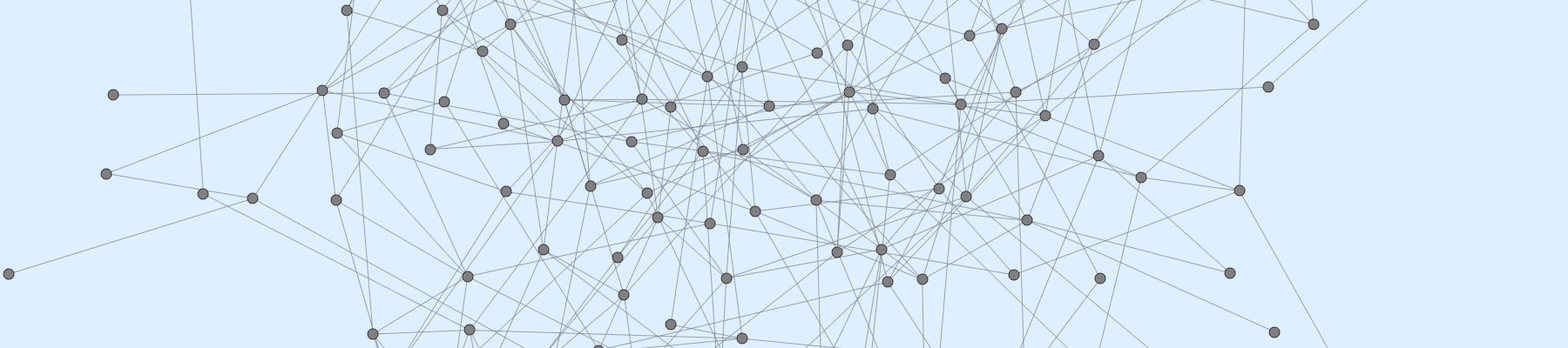
The Graphviz diagram website/Content/Graph/graph.png in TexAgg/website, before a commit. Its source is kept beside it as website/Content/Graph/graph.gv.
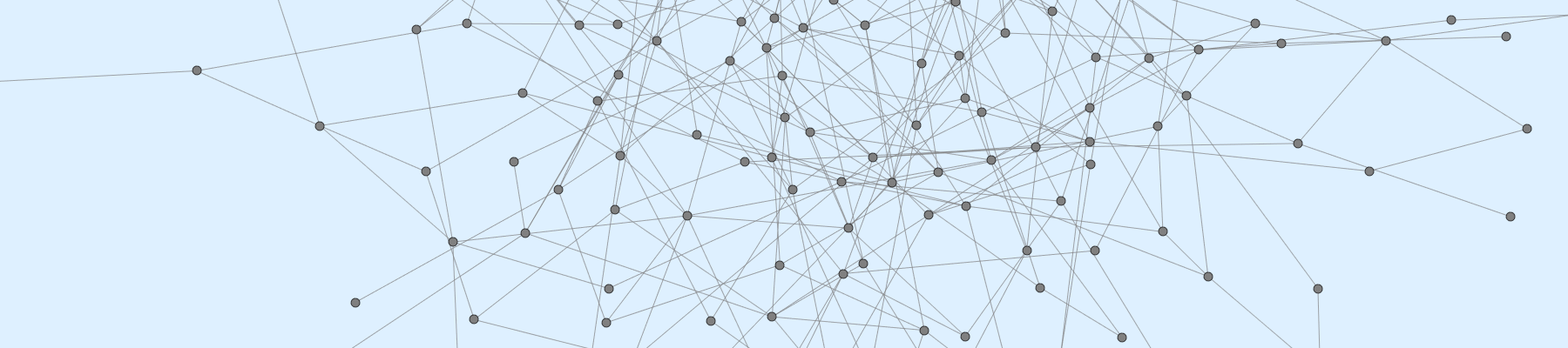
After the change.

The edit, as a diff of the source:
```diff
@@ -201,404 +201,404 @@
 	198 [label=""];
 	199 [label=""];
 	200 [label=""];
-	1 -- 48;
-	1 -- 59;
-	1 -- 77;
-	1 -- 92;
-	1 -- 95;
-	1 -- 107;
-	2 -- 69;
-	2 -- 77;
-	2 -- 108;
-	2 -- 168;
-	3 -- 43;
-	3 -- 49;
-	3 -- 84;
-	3 -- 114;
-	4 -- 147;
-	4 -- 153;
-	4 -- 187;
-	5 -- 48;
-	5 -- 191;
-	6 -- 107;
-	6 -- 167;
-	6 -- 170;
-	6 -- 189;
-	7 -- 25;
-	7 -- 48;
-	7 -- 93;
-	7 -- 128;
-	7 -- 181;
-	8 -- 53;
-	8 -- 72;
-	8 -- 80;
-	8 -- 127;
-	8 -- 158;
-	8 -- 178;
-	8 -- 188;
-	9 -- 62;
-	9 -- 193;
-	10 -- 62;
-	10 -- 86;
-	10 -- 90;
-	10 -- 98;
-	10 -- 119;
-	10 -- 190;
-	11 -- 32;
-	11 -- 42;
-	11 -- 56;
-	11 -- 74;
-	11 -- 80;
-	11 -- 140;
-	11 -- 145;
-	11 -- 150;
-	12 -- 82;
-	12 -- 189;
-	13 -- 46;
-	13 -- 80;
-	13 -- 93;
-	13 -- 117;
-	13 -- 122;
-	13 -- 151;
-	13 -- 165;
-	14 -- 40;
-	14 -- 105;
-	14 -- 167;
-	15 -- 46;
-	15 -- 51;
-	15 -- 120;
-	15 -- 151;
-	15 -- 174;
-	16 -- 61;
-	16 -- 68;
-	16 -- 91;
-	16 -- 147;
-	16 -- 161;
-	16 -- 170;
-	17 -- 19;
-	17 -- 23;
-	17 -- 51;
-	17 -- 109;
-	17 -- 131;
-	17 -- 171;
-	18 -- 74;
-	19 -- 72;
-	19 -- 168;
-	20 -- 100;
-	21 -- 37;
-	21 -- 77;
-	22 -- 29;
-	22 -- 161;
-	22 -- 195;
-	22 -- 197;
-	23 -- 152;
-	23 -- 160;
-	23 -- 181;
-	24 -- 29;
-	24 -- 53;
+	1 -- 28;
+	1 -- 30;
+	1 -- 39;
+	1 -- 75;
+	1 -- 89;
+	1 -- 94;
+	1 -- 151;
+	1 -- 158;
+	1 -- 161;
+	1 -- 165;
+	2 -- 73;
+	2 -- 122;
+	3 -- 71;
+	3 -- 178;
+	4 -- 54;
+	4 -- 107;
+	4 -- 110;
+	5 -- 68;
+	5 -- 84;
+	5 -- 104;
+	5 -- 184;
+	6 -- 47;
+	6 -- 54;
+	6 -- 172;
+	6 -- 194;
+	6 -- 196;
+	7 -- 8;
+	7 -- 78;
+	7 -- 113;
+	7 -- 116;
+	7 -- 195;
+	8 -- 62;
+	8 -- 81;
+	8 -- 110;
+	9 -- 22;
+	9 -- 24;
+	9 -- 36;
+	9 -- 92;
+	9 -- 123;
+	9 -- 141;
+	9 -- 146;
+	10 -- 77;
+	10 -- 97;
+	10 -- 113;
+	10 -- 122;
+	10 -- 149;
+	10 -- 160;
+	10 -- 164;
+	10 -- 175;
+	10 -- 177;
+	11 -- 31;
+	12 -- 23;
+	12 -- 65;
+	12 -- 133;
+	12 -- 134;
+	13 -- 28;
+	13 -- 29;
+	13 -- 65;
+	13 -- 67;
+	13 -- 83;
+	13 -- 110;
+	13 -- 115;
+	13 -- 158;
+	13 -- 183;
+	14 -- 86;
+	14 -- 171;
+	15 -- 28;
+	15 -- 63;
+	15 -- 123;
+	15 -- 133;
+	15 -- 186;
+	16 -- 167;
+	16 -- 175;
+	17 -- 35;
+	17 -- 52;
+	17 -- 123;
+	17 -- 146;
+	17 -- 155;
+	17 -- 172;
+	18 -- 100;
+	18 -- 154;
+	19 -- 26;
+	19 -- 53;
+	20 -- 72;
+	20 -- 118;
+	20 -- 122;
+	20 -- 146;
+	20 -- 184;
+	20 -- 197;
+	21 -- 26;
+	21 -- 104;
+	21 -- 135;
+	21 -- 138;
+	21 -- 141;
+	21 -- 185;
+	22 -- 42;
+	22 -- 101;
+	22 -- 140;
+	23 -- 40;
+	23 -- 53;
+	23 -- 60;
+	23 -- 66;
 	24 -- 64;
-	24 -- 128;
-	24 -- 177;
-	24 -- 185;
-	25 -- 35;
-	25 -- 92;
+	24 -- 136;
+	24 -- 146;
+	24 -- 174;
 	25 -- 94;
-	26 -- 60;
-	26 -- 87;
-	26 -- 144;
-	26 -- 153;
-	26 -- 179;
-	27 -- 36;
-	27 -- 181;
-	28 -- 74;
-	28 -- 183;
-	29 -- 65;
-	29 -- 78;
-	29 -- 121;
-	29 -- 193;
-	30 -- 91;
-	30 -- 176;
-	30 -- 188;
-	31 -- 42;
-	31 -- 51;
-	31 -- 124;
-	32 -- 76;
-	32 -- 84;
-	32 -- 197;
-	33 -- 57;
-	33 -- 65;
-	33 -- 116;
+	25 -- 160;
+	25 -- 182;
+	26 -- 68;
+	26 -- 88;
+	26 -- 120;
+	26 -- 149;
+	26 -- 157;
+	27 -- 38;
+	27 -- 185;
+	27 -- 200;
+	28 -- 45;
+	28 -- 60;
+	28 -- 133;
+	28 -- 168;
+	28 -- 186;
+	28 -- 196;
+	29 -- 35;
+	29 -- 58;
+	29 -- 112;
+	29 -- 122;
+	29 -- 124;
+	29 -- 178;
+	30 -- 39;
+	30 -- 58;
+	30 -- 77;
+	30 -- 109;
+	30 -- 138;
+	30 -- 146;
+	30 -- 158;
+	30 -- 173;
+	31 -- 151;
+	32 -- 116;
+	32 -- 134;
+	32 -- 151;
+	33 -- 53;
 	33 -- 119;
-	33 -- 171;
-	33 -- 179;
-	34 -- 45;
-	34 -- 72;
-	34 -- 103;
-	34 -- 146;
-	34 -- 161;
-	34 -- 169;
-	35 -- 54;
-	35 -- 121;
-	35 -- 157;
-	36 -- 42;
-	36 -- 72;
-	36 -- 105;
-	36 -- 112;
-	36 -- 173;
-	37 -- 45;
-	37 -- 46;
-	37 -- 64;
-	37 -- 76;
-	37 -- 187;
-	38 -- 105;
-	38 -- 142;
-	38 -- 155;
-	38 -- 180;
-	38 -- 192;
-	39 -- 79;
-	39 -- 134;
-	40 -- 100;
-	40 -- 127;
-	40 -- 180;
-	40 -- 195;
-	42 -- 74;
-	42 -- 103;
-	42 -- 117;
-	43 -- 116;
-	43 -- 150;
-	43 -- 153;
-	44 -- 197;
-	45 -- 108;
-	45 -- 154;
-	45 -- 166;
-	45 -- 181;
-	46 -- 83;
-	46 -- 119;
-	46 -- 143;
-	46 -- 147;
-	47 -- 74;
-	47 -- 170;
-	47 -- 180;
-	49 -- 58;
-	49 -- 118;
-	49 -- 175;
-	49 -- 182;
-	49 -- 189;
-	49 -- 194;
-	50 -- 73;
-	51 -- 84;
-	51 -- 125;
-	51 -- 133;
-	51 -- 147;
-	52 -- 123;
-	52 -- 133;
-	53 -- 103;
-	53 -- 145;
-	53 -- 190;
-	54 -- 86;
-	54 -- 134;
-	54 -- 169;
-	55 -- 159;
-	57 -- 171;
-	58 -- 65;
-	58 -- 109;
-	58 -- 168;
-	58 -- 169;
-	58 -- 193;
-	59 -- 120;
-	59 -- 173;
-	60 -- 82;
+	33 -- 154;
+	33 -- 197;
+	34 -- 129;
+	35 -- 73;
+	35 -- 83;
+	35 -- 86;
+	35 -- 119;
+	35 -- 136;
+	35 -- 165;
+	36 -- 76;
+	36 -- 199;
+	37 -- 47;
+	37 -- 73;
+	37 -- 114;
+	37 -- 141;
+	38 -- 174;
+	39 -- 53;
+	39 -- 55;
+	39 -- 64;
+	39 -- 109;
+	39 -- 198;
+	40 -- 102;
+	40 -- 137;
+	41 -- 104;
+	41 -- 166;
+	42 -- 138;
+	43 -- 81;
+	43 -- 94;
+	43 -- 132;
+	43 -- 139;
+	44 -- 50;
+	44 -- 95;
+	44 -- 199;
+	45 -- 85;
+	45 -- 173;
+	46 -- 63;
+	46 -- 97;
+	46 -- 148;
+	47 -- 85;
+	47 -- 97;
+	47 -- 102;
+	48 -- 86;
+	48 -- 175;
+	49 -- 92;
+	49 -- 112;
+	49 -- 142;
+	50 -- 149;
+	51 -- 74;
+	51 -- 139;
+	51 -- 156;
+	51 -- 197;
+	52 -- 82;
+	52 -- 98;
+	52 -- 115;
+	52 -- 170;
+	53 -- 60;
+	53 -- 79;
+	53 -- 183;
+	54 -- 75;
+	55 -- 71;
+	55 -- 75;
+	55 -- 168;
+	56 -- 75;
+	56 -- 110;
+	56 -- 120;
+	57 -- 76;
+	57 -- 114;
+	57 -- 149;
+	57 -- 150;
+	57 -- 170;
+	57 -- 190;
+	58 -- 69;
+	58 -- 170;
+	59 -- 114;
+	59 -- 128;
+	60 -- 76;
 	60 -- 109;
-	60 -- 113;
-	60 -- 150;
-	60 -- 180;
-	60 -- 184;
-	61 -- 123;
-	63 -- 88;
-	63 -- 102;
-	64 -- 98;
-	64 -- 154;
-	65 -- 95;
-	65 -- 132;
-	65 -- 145;
-	65 -- 182;
-	66 -- 81;
-	66 -- 86;
-	66 -- 104;
-	66 -- 145;
-	66 -- 181;
-	67 -- 75;
-	67 -- 83;
-	67 -- 107;
-	67 -- 132;
-	67 -- 163;
-	67 -- 164;
-	67 -- 167;
-	68 -- 179;
-	69 -- 98;
-	69 -- 121;
-	70 -- 85;
-	70 -- 136;
-	70 -- 179;
-	71 -- 145;
-	72 -- 122;
-	73 -- 100;
-	73 -- 127;
-	73 -- 157;
-	73 -- 171;
-	74 -- 135;
-	74 -- 168;
-	75 -- 102;
-	75 -- 123;
-	75 -- 131;
-	75 -- 148;
-	75 -- 168;
-	76 -- 80;
-	76 -- 144;
-	77 -- 92;
-	77 -- 94;
-	77 -- 134;
-	77 -- 186;
-	78 -- 178;
-	78 -- 190;
-	79 -- 97;
-	79 -- 170;
-	80 -- 121;
-	80 -- 191;
-	80 -- 194;
-	81 -- 89;
-	81 -- 120;
-	81 -- 136;
-	82 -- 136;
-	82 -- 180;
-	83 -- 113;
-	83 -- 130;
+	60 -- 112;
+	61 -- 67;
+	61 -- 150;
+	61 -- 161;
+	61 -- 176;
+	61 -- 178;
+	61 -- 194;
+	62 -- 200;
+	63 -- 72;
+	63 -- 131;
+	63 -- 161;
+	63 -- 177;
+	64 -- 104;
+	64 -- 105;
+	64 -- 188;
+	65 -- 168;
+	65 -- 176;
+	65 -- 189;
+	66 -- 78;
+	66 -- 105;
+	66 -- 112;
+	66 -- 173;
+	67 -- 95;
+	67 -- 169;
+	67 -- 170;
+	68 -- 110;
+	68 -- 111;
+	68 -- 155;
+	68 -- 195;
+	69 -- 117;
+	70 -- 140;
+	70 -- 188;
+	71 -- 87;
+	71 -- 90;
+	71 -- 170;
+	74 -- 95;
+	74 -- 103;
+	74 -- 117;
+	74 -- 140;
+	74 -- 167;
+	74 -- 191;
+	75 -- 172;
+	76 -- 117;
+	77 -- 78;
+	77 -- 147;
+	77 -- 161;
+	77 -- 171;
+	78 -- 88;
+	78 -- 124;
+	78 -- 189;
+	79 -- 166;
+	80 -- 116;
+	81 -- 169;
+	81 -- 193;
+	82 -- 117;
+	82 -- 194;
+	83 -- 95;
 	83 -- 145;
-	84 -- 103;
-	84 -- 110;
-	84 -- 146;
-	84 -- 148;
-	85 -- 161;
-	86 -- 166;
-	87 -- 200;
-	88 -- 117;
-	88 -- 159;
-	88 -- 190;
-	88 -- 198;
-	89 -- 134;
-	89 -- 197;
-	90 -- 116;
-	90 -- 119;
-	90 -- 145;
-	90 -- 193;
-	91 -- 97;
-	91 -- 172;
-	91 -- 180;
-	92 -- 114;
-	92 -- 128;
-	92 -- 179;
-	93 -- 170;
-	94 -- 114;
-	94 -- 117;
-	94 -- 173;
-	96 -- 176;
-	97 -- 135;
-	97 -- 141;
-	98 -- 145;
-	98 -- 154;
-	99 -- 196;
-	101 -- 133;
-	101 -- 157;
-	102 -- 131;
-	103 -- 105;
-	103 -- 195;
-	105 -- 136;
-	107 -- 186;
-	108 -- 175;
-	109 -- 138;
-	109 -- 148;
-	109 -- 192;
-	111 -- 125;
-	111 -- 139;
-	111 -- 164;
-	112 -- 198;
-	113 -- 148;
-	113 -- 157;
-	113 -- 175;
-	114 -- 159;
-	114 -- 176;
-	117 -- 165;
-	117 -- 173;
-	118 -- 127;
-	118 -- 144;
-	118 -- 157;
-	119 -- 120;
-	119 -- 138;
-	119 -- 148;
-	119 -- 166;
-	119 -- 167;
-	119 -- 172;
-	119 -- 198;
-	121 -- 175;
-	122 -- 169;
-	122 -- 182;
-	123 -- 183;
-	125 -- 140;
-	125 -- 158;
-	126 -- 189;
+	85 -- 187;
+	85 -- 192;
+	87 -- 167;
+	87 -- 173;
+	87 -- 195;
+	87 -- 196;
+	88 -- 132;
+	89 -- 199;
+	90 -- 144;
+	91 -- 160;
+	92 -- 136;
+	92 -- 168;
+	93 -- 95;
+	93 -- 129;
+	93 -- 157;
+	94 -- 170;
+	95 -- 114;
+	95 -- 168;
+	95 -- 173;
+	95 -- 176;
+	95 -- 188;
+	96 -- 106;
+	96 -- 195;
+	97 -- 112;
+	97 -- 183;
+	98 -- 100;
+	99 -- 172;
+	99 -- 192;
+	102 -- 132;
+	102 -- 147;
+	102 -- 187;
+	103 -- 134;
+	103 -- 166;
+	105 -- 119;
+	105 -- 197;
+	106 -- 147;
+	106 -- 175;
+	106 -- 182;
+	106 -- 193;
+	107 -- 126;
+	107 -- 149;
+	108 -- 117;
+	108 -- 121;
+	108 -- 148;
+	109 -- 136;
+	109 -- 169;
+	110 -- 136;
+	110 -- 147;
+	110 -- 162;
+	111 -- 158;
+	111 -- 188;
+	111 -- 199;
+	112 -- 114;
+	112 -- 123;
+	113 -- 158;
+	113 -- 169;
+	114 -- 183;
+	115 -- 133;
+	115 -- 164;
+	117 -- 125;
+	118 -- 143;
+	119 -- 153;
+	122 -- 136;
+	122 -- 154;
+	123 -- 174;
+	123 -- 192;
+	124 -- 195;
+	125 -- 127;
+	125 -- 170;
+	125 -- 181;
+	126 -- 134;
+	126 -- 175;
 	127 -- 137;
-	129 -- 189;
-	131 -- 151;
-	132 -- 182;
-	132 -- 189;
-	133 -- 149;
-	133 -- 192;
-	134 -- 162;
-	135 -- 157;
-	135 -- 179;
-	136 -- 151;
-	137 -- 146;
-	137 -- 159;
-	137 -- 176;
-	139 -- 198;
-	141 -- 146;
-	142 -- 153;
-	142 -- 193;
-	143 -- 169;
-	144 -- 193;
-	145 -- 165;
-	147 -- 163;
-	148 -- 196;
-	148 -- 198;
-	149 -- 165;
-	149 -- 191;
-	149 -- 196;
-	150 -- 165;
-	151 -- 174;
-	153 -- 185;
-	156 -- 195;
-	160 -- 182;
-	162 -- 183;
-	163 -- 191;
-	164 -- 187;
-	164 -- 189;
-	164 -- 191;
-	170 -- 181;
-	171 -- 191;
-	172 -- 176;
-	172 -- 197;
-	175 -- 194;
-	177 -- 190;
-	178 -- 180;
-	178 -- 197;
-	179 -- 200;
-	180 -- 184;
-	183 -- 198;
-	183 -- 200;
+	128 -- 197;
+	129 -- 133;
+	129 -- 153;
+	131 -- 150;
+	131 -- 171;
+	132 -- 153;
+	132 -- 154;
+	132 -- 181;
+	135 -- 148;
+	136 -- 145;
+	136 -- 148;
+	136 -- 199;
+	138 -- 163;
+	138 -- 178;
+	139 -- 157;
+	139 -- 183;
+	140 -- 186;
+	141 -- 161;
+	141 -- 185;
+	142 -- 150;
+	142 -- 177;
+	143 -- 197;
+	145 -- 166;
+	145 -- 174;
+	148 -- 167;
+	151 -- 155;
+	151 -- 161;
+	152 -- 196;
+	153 -- 190;
+	154 -- 157;
+	154 -- 200;
+	159 -- 193;
+	160 -- 183;
+	161 -- 162;
+	161 -- 172;
+	161 -- 182;
+	163 -- 173;
+	164 -- 196;
+	168 -- 185;
+	172 -- 184;
+	176 -- 184;
+	176 -- 191;
+	178 -- 183;
+	180 -- 191;
 	184 -- 190;
-	185 -- 187;
-	186 -- 192;
-	189 -- 192;
-	191 -- 196;
-	195 -- 197;
+	186 -- 187;
+	187 -- 198;
+	188 -- 198;
+	188 -- 199;
 }
```
